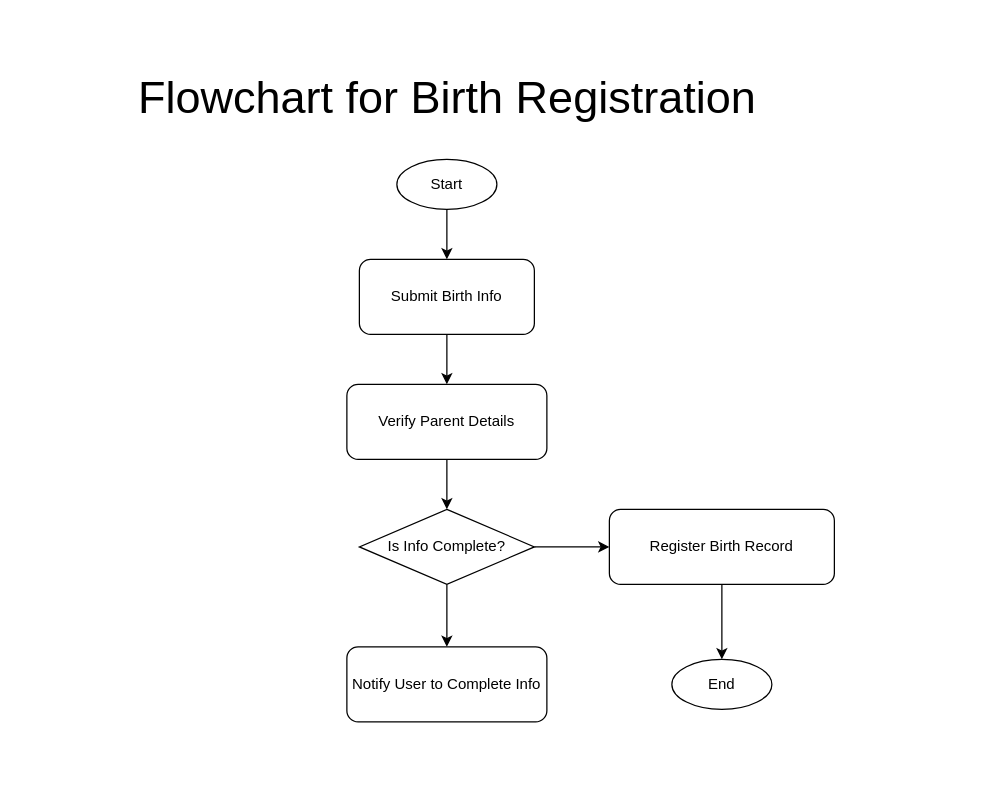
This is flowchart2.drawio from brabentil/database_diagrams, a draw.io file, before an edit. Source tidied: cells renumbered, new cells numbered last; positions are measured from the earlier drawing's top-left corner, leaving out a move shared by most shapes. Both pictures are drawn from the tidied source at 125%, with x=0, y=0 at pixel (121, 59).
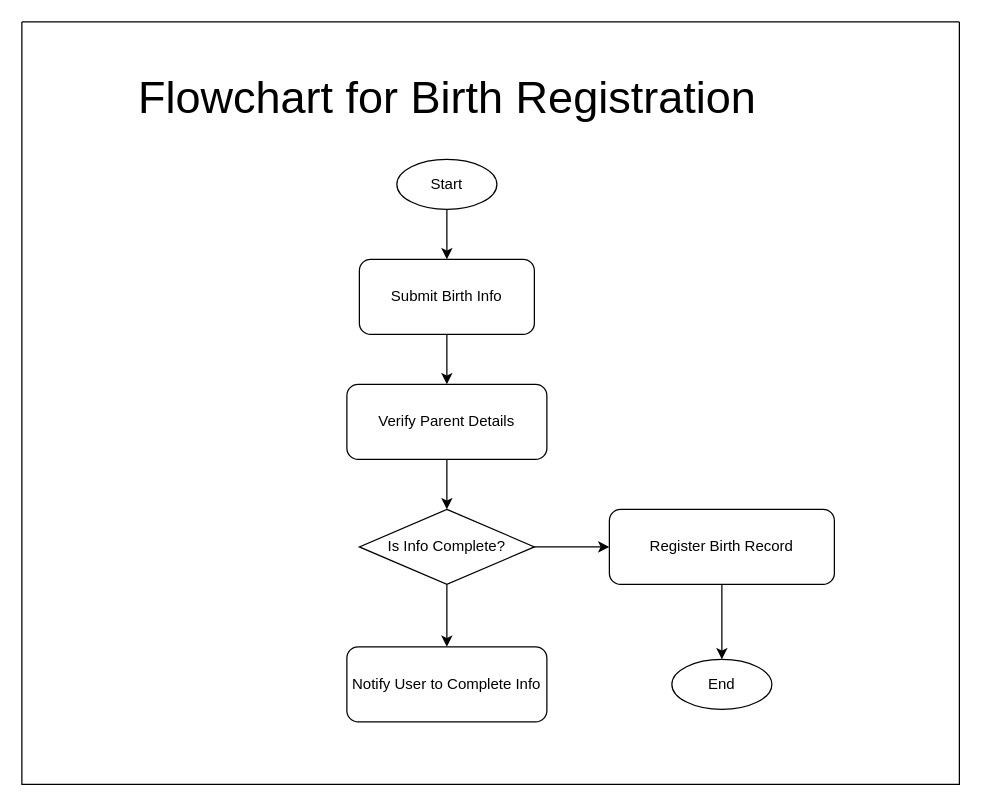
After the change.

What changed in the source:
```diff
@@
 <mxGraphModel>
   <root>
     <mxCell id="0" />
     <mxCell id="1" parent="0" />
     <mxCell id="2" value="Start" style="ellipse;whiteSpace=wrap;html=1;" parent="1" vertex="1">
       <mxGeometry x="220" y="80" width="80" height="40" as="geometry" />
     </mxCell>
     <mxCell id="3" value="Submit Birth Info" style="rounded=1;whiteSpace=wrap;html=1;" parent="1" vertex="1">
       <mxGeometry x="190" y="160" width="140" height="60" as="geometry" />
     </mxCell>
     <mxCell id="4" value="Verify Parent Details" style="rounded=1;whiteSpace=wrap;html=1;" parent="1" vertex="1">
       <mxGeometry x="180" y="260" width="160" height="60" as="geometry" />
     </mxCell>
     <mxCell id="5" value="Is Info Complete?" style="rhombus;whiteSpace=wrap;html=1;" parent="1" vertex="1">
       <mxGeometry x="190" y="360" width="140" height="60" as="geometry" />
     </mxCell>
     <mxCell id="6" value="Register Birth Record" style="rounded=1;whiteSpace=wrap;html=1;" parent="1" vertex="1">
       <mxGeometry x="390" y="360" width="180" height="60" as="geometry" />
     </mxCell>
     <mxCell id="7" value="Notify User to Complete Info" style="rounded=1;whiteSpace=wrap;html=1;" parent="1" vertex="1">
       <mxGeometry x="180" y="470" width="160" height="60" as="geometry" />
     </mxCell>
     <mxCell id="8" value="End" style="ellipse;whiteSpace=wrap;html=1;" parent="1" vertex="1">
       <mxGeometry x="440" y="480" width="80" height="40" as="geometry" />
     </mxCell>
     <mxCell id="9" parent="1" edge="1" source="2" target="3">
       <mxGeometry relative="1" as="geometry" />
     </mxCell>
     <mxCell id="10" parent="1" edge="1" source="3" target="4">
       <mxGeometry relative="1" as="geometry" />
     </mxCell>
     <mxCell id="11" parent="1" edge="1" source="4" target="5">
       <mxGeometry relative="1" as="geometry" />
     </mxCell>
     <mxCell id="12" parent="1" edge="1" source="5" target="6">
       <mxGeometry relative="1" as="geometry" />
     </mxCell>
     <mxCell id="13" parent="1" edge="1" source="5" target="7">
       <mxGeometry relative="1" as="geometry" />
     </mxCell>
     <mxCell id="14" parent="1" edge="1" source="6" target="8">
       <mxGeometry relative="1" as="geometry" />
     </mxCell>
     <mxCell id="15" value="&lt;font style=&quot;font-size: 36px;&quot;&gt;Flowchart for Birth Registration&lt;/font&gt;" style="text;html=1;align=center;verticalAlign=middle;strokeColor=none;fillColor=none;" parent="1" vertex="1">
       <mxGeometry width="520" height="60" as="geometry" />
     </mxCell>
+    <mxCell id="16" style="swimlane;startSize=0;" parent="1" vertex="1">
+      <mxGeometry x="-80" y="-30" width="750" height="610" as="geometry" />
+    </mxCell>
   </root>
 </mxGraphModel>
```
